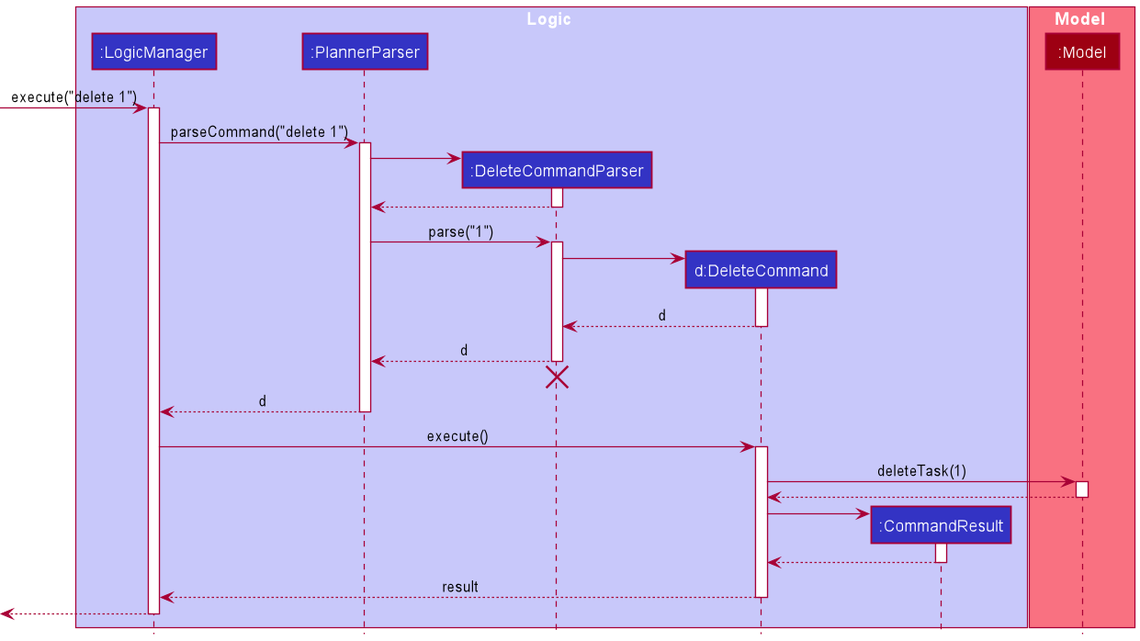
nus-cs2103-AY2021S2/tp keeps this PlantUML diagram as docs/images/DeleteSequenceDiagram.png. Above is the earlier version. The source it was exported from:
```plantuml
@startuml
!include style.puml

box Logic LOGIC_COLOR_T1
participant ":LogicManager" as LogicManager LOGIC_COLOR
participant ":PlannerParser" as PlannerParser LOGIC_COLOR
participant ":DeleteCommandParser" as DeleteCommandParser LOGIC_COLOR
participant "d:DeleteCommand" as DeleteCommand LOGIC_COLOR
participant ":CommandResult" as CommandResult LOGIC_COLOR
end box

box Model MODEL_COLOR_T1
participant ":Model" as Model MODEL_COLOR
end box

[-> LogicManager : execute("delete 1")
activate LogicManager

LogicManager -> PlannerParser : parseCommand("delete 1")
activate PlannerParser

create DeleteCommandParser
PlannerParser -> DeleteCommandParser
activate DeleteCommandParser

DeleteCommandParser --> PlannerParser
deactivate DeleteCommandParser

PlannerParser -> DeleteCommandParser : parse("1")
activate DeleteCommandParser

create DeleteCommand
DeleteCommandParser -> DeleteCommand
activate DeleteCommand

DeleteCommand --> DeleteCommandParser : d
deactivate DeleteCommand

DeleteCommandParser --> PlannerParser : d
deactivate DeleteCommandParser
DeleteCommandParser -[hidden]-> PlannerParser
destroy DeleteCommandParser

PlannerParser --> LogicManager : d
deactivate PlannerParser

LogicManager -> DeleteCommand : execute()
activate DeleteCommand

DeleteCommand -> Model : deleteTask(1)
activate Model

Model --> DeleteCommand
deactivate Model

create CommandResult
DeleteCommand -> CommandResult
activate CommandResult

CommandResult --> DeleteCommand
deactivate CommandResult

DeleteCommand --> LogicManager : result
deactivate DeleteCommand

[<--LogicManager
deactivate LogicManager
@enduml
```
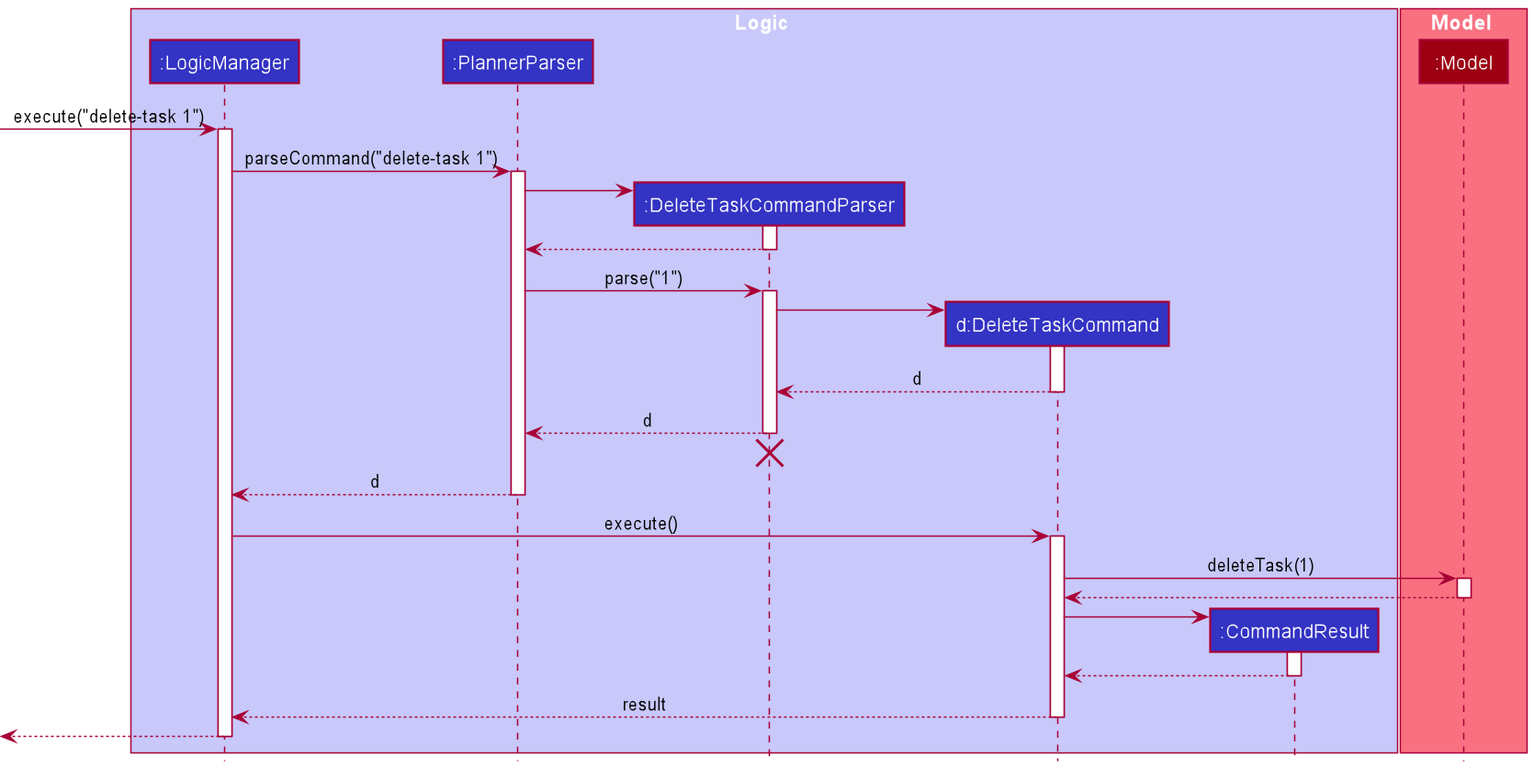
The same file after the commit.

Commit message:
Update UML diagrams

Diff of the diagram source:
```diff
@@ -4,8 +4,8 @@
 box Logic LOGIC_COLOR_T1
 participant ":LogicManager" as LogicManager LOGIC_COLOR
 participant ":PlannerParser" as PlannerParser LOGIC_COLOR
-participant ":DeleteCommandParser" as DeleteCommandParser LOGIC_COLOR
-participant "d:DeleteCommand" as DeleteCommand LOGIC_COLOR
+participant ":DeleteTaskCommandParser" as DeleteCommandParser LOGIC_COLOR
+participant "d:DeleteTaskCommand" as DeleteCommand LOGIC_COLOR
 participant ":CommandResult" as CommandResult LOGIC_COLOR
 end box
 
@@ -13,10 +13,10 @@
 participant ":Model" as Model MODEL_COLOR
 end box
 
-[-> LogicManager : execute("delete 1")
+[-> LogicManager : execute("delete-task 1")
 activate LogicManager
 
-LogicManager -> PlannerParser : parseCommand("delete 1")
+LogicManager -> PlannerParser : parseCommand("delete-task 1")
 activate PlannerParser
 
 create DeleteCommandParser
```
